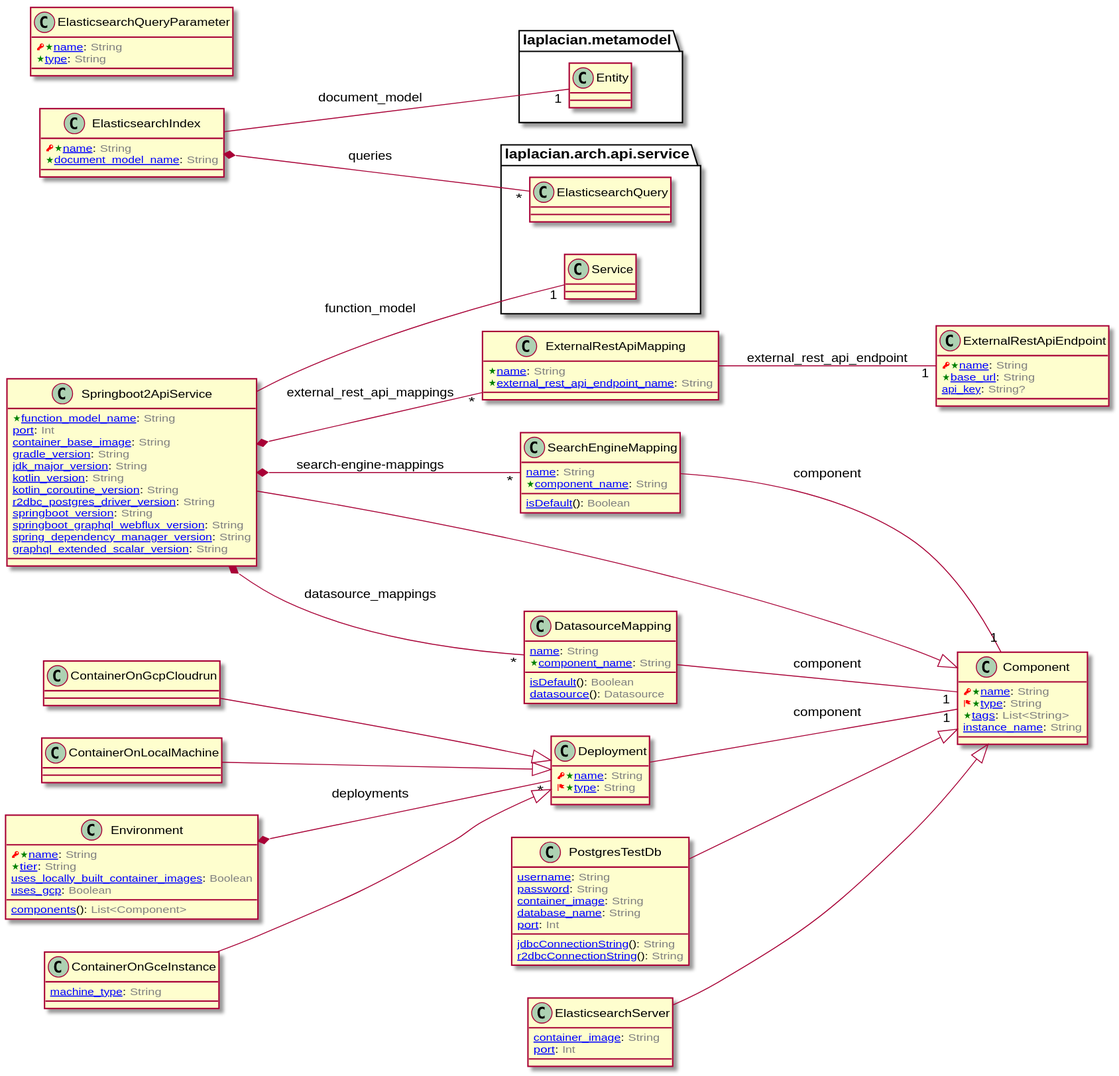
Above: doc/image/model-diagram.svg in laplacian-arch/deployment.domain-model (PlantUML), before the change.
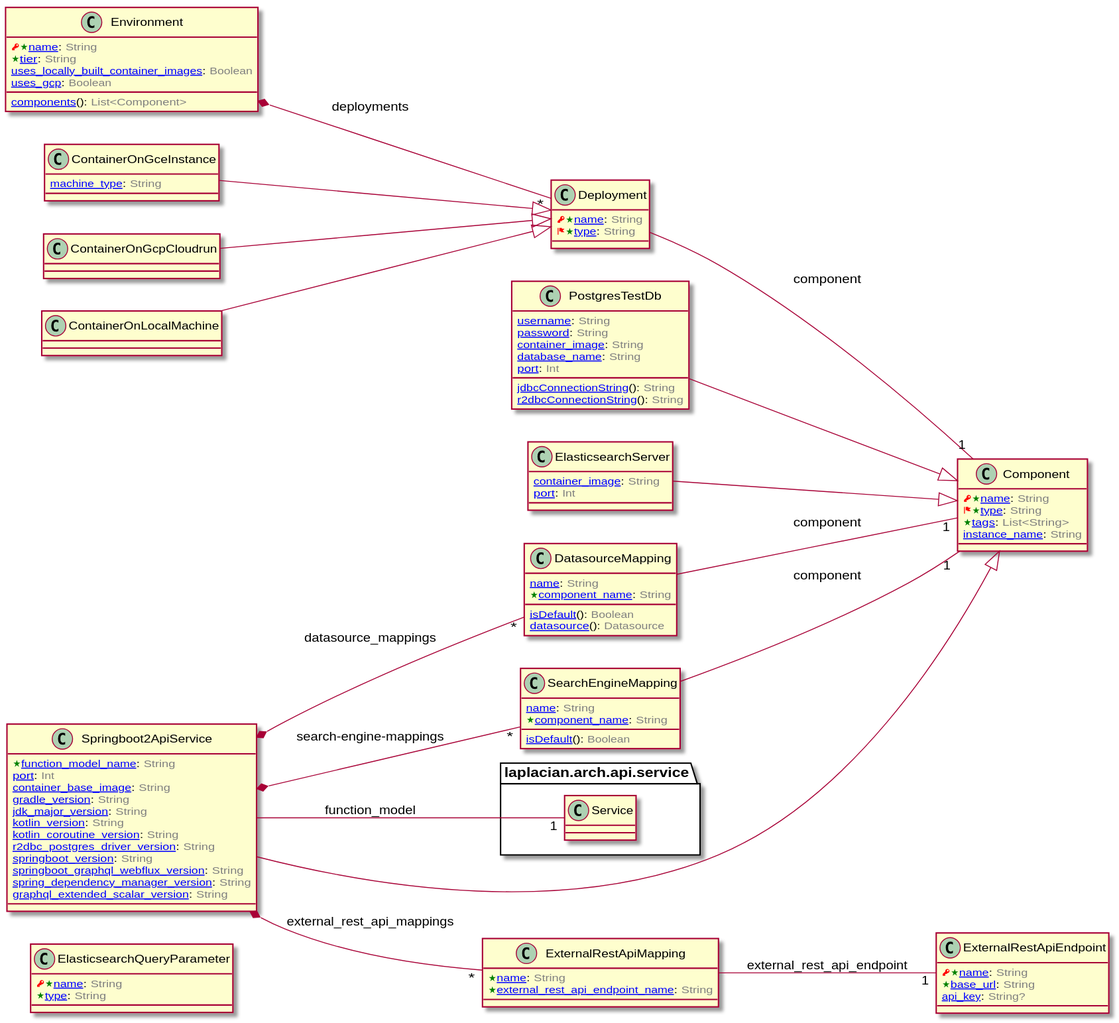
After the commit.

Change to the diagram source:
```diff
@@ -1,37 +1,5 @@
 @startuml
 left to right direction
-
-
-class ElasticsearchIndex [[/blob/master/doc/entities/ElasticsearchIndex.md]] {
-  <color:RED><&key></color><color:Green><&star></color>[[/blob/master/doc/entities/ElasticsearchIndex.md#name-string name]]: <color:GRAY>String</color>
-  <color:Green><&star></color>[[/blob/master/doc/entities/ElasticsearchIndex.md#document_model_name-string document_model_name]]: <color:GRAY>String</color>
-}
-
-
-
-
-
-package laplacian.metamodel {
-  class Entity {
-  }
-}
-
-
-ElasticsearchIndex -- "1" Entity : document_model
-
-
-
-
-
-package laplacian.arch.api.service {
-  class ElasticsearchQuery {
-  }
-}
-
-
-ElasticsearchIndex *-- "*" ElasticsearchQuery : queries
-
-
 
 
 class ElasticsearchQueryParameter [[/blob/master/doc/entities/ElasticsearchQueryParameter.md]] {
```
